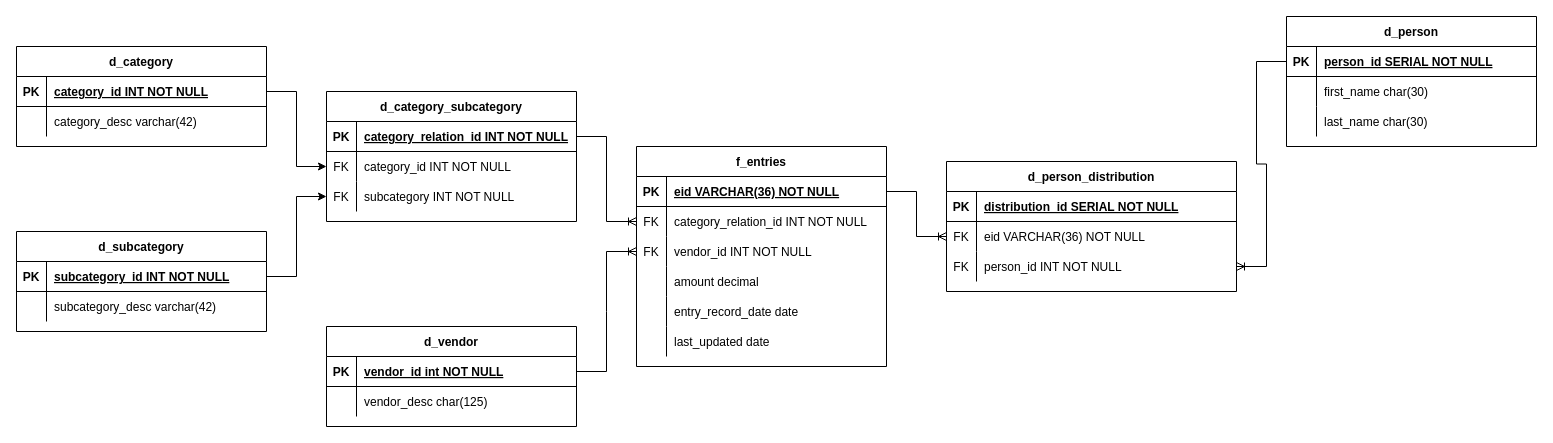
This is diagram/finance_star_schema.drawio from fatteryacid/penny, a draw.io file, before an edit. Source tidied: cells renumbered, new cells numbered last; positions are measured from the earlier drawing's top-left corner, leaving out a move shared by most shapes. Both pictures are drawn from the tidied source at 100%, with x=0, y=0 at pixel (16, 16).
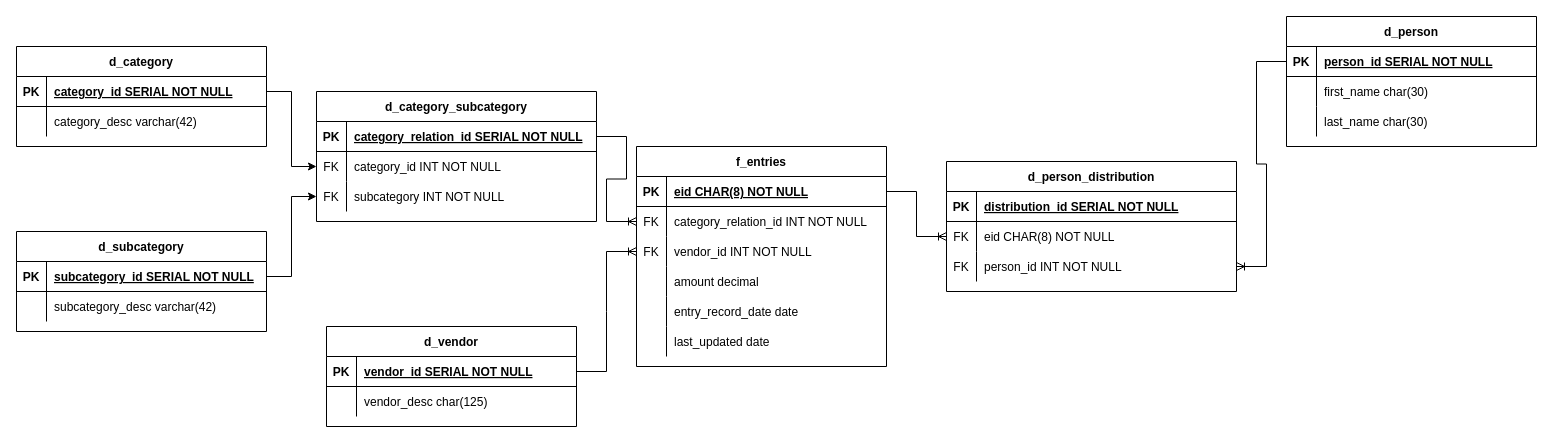
Above is the later version.

Commit message:
Changed to reflect new incorporation of IDs

Unchanged cells that the change refers to:
```xml
<mxCell id="13" style="shape=partialRectangle;fillColor=none;points=[[0,0.5],[1,0.5]];portConstraint=eastwest;top=0;left=0;right=0;bottom=1;" parent="12" vertex="1">
  <mxGeometry y="30" width="250" height="30" as="geometry" />
</mxCell>
<mxCell id="20" style="shape=partialRectangle;fillColor=none;points=[[0,0.5],[1,0.5]];portConstraint=eastwest;top=0;left=0;right=0;bottom=1;" parent="19" vertex="1">
  <mxGeometry y="30" width="250" height="30" as="geometry" />
</mxCell>
<mxCell id="39" style="shape=partialRectangle;fillColor=none;points=[[0,0.5],[1,0.5]];portConstraint=eastwest;top=0;left=0;right=0;bottom=1;" parent="38" vertex="1">
  <mxGeometry y="30" width="250" height="30" as="geometry" />
</mxCell>
<mxCell id="46" style="shape=partialRectangle;fillColor=none;points=[[0,0.5],[1,0.5]];portConstraint=eastwest;top=0;left=0;right=0;bottom=1;" parent="45" vertex="1">
  <mxGeometry y="30" width="250" height="30" as="geometry" />
</mxCell>
<mxCell id="56" style="shape=partialRectangle;fillColor=none;points=[[0,0.5],[1,0.5]];portConstraint=eastwest;top=0;left=0;right=0;bottom=0;" parent="52" vertex="1">
  <mxGeometry y="60" width="290" height="30" as="geometry" />
</mxCell>
```

Change to the diagram source:
```diff
@@
-    <mxCell id="15" value="category_id INT NOT NULL" style="shape=partialRectangle;overflow=hidden;fillColor=none;top=0;left=0;bottom=0;right=0;align=left;spacingLeft=6;fontStyle=5;" parent="13" vertex="1">
+    <mxCell id="15" value="category_id SERIAL NOT NULL" style="shape=partialRectangle;overflow=hidden;fillColor=none;top=0;left=0;bottom=0;right=0;align=left;spacingLeft=6;fontStyle=5;" parent="13" vertex="1">
       <mxGeometry x="30" width="220" height="30" as="geometry" />
     </mxCell>
@@
-    <mxCell id="22" value="eid VARCHAR(36) NOT NULL" style="shape=partialRectangle;overflow=hidden;fillColor=none;top=0;left=0;bottom=0;right=0;align=left;spacingLeft=6;fontStyle=5;" parent="20" vertex="1">
+    <mxCell id="22" value="eid CHAR(8) NOT NULL" style="shape=partialRectangle;overflow=hidden;fillColor=none;top=0;left=0;bottom=0;right=0;align=left;spacingLeft=6;fontStyle=5;" parent="20" vertex="1">
       <mxGeometry x="30" width="220" height="30" as="geometry" />
     </mxCell>
@@
-    <mxCell id="41" value="subcategory_id INT NOT NULL" style="shape=partialRectangle;overflow=hidden;fillColor=none;top=0;left=0;bottom=0;right=0;align=left;spacingLeft=6;fontStyle=5;" parent="39" vertex="1">
+    <mxCell id="41" value="subcategory_id SERIAL NOT NULL" style="shape=partialRectangle;overflow=hidden;fillColor=none;top=0;left=0;bottom=0;right=0;align=left;spacingLeft=6;fontStyle=5;" parent="39" vertex="1">
       <mxGeometry x="30" width="220" height="30" as="geometry" />
     </mxCell>
@@
-    <mxCell id="48" value="vendor_id int NOT NULL" style="shape=partialRectangle;overflow=hidden;fillColor=none;top=0;left=0;bottom=0;right=0;align=left;spacingLeft=6;fontStyle=5;" parent="46" vertex="1">
+    <mxCell id="48" value="vendor_id SERIAL NOT NULL" style="shape=partialRectangle;overflow=hidden;fillColor=none;top=0;left=0;bottom=0;right=0;align=left;spacingLeft=6;fontStyle=5;" parent="46" vertex="1">
       <mxGeometry x="30" width="220" height="30" as="geometry" />
     </mxCell>
@@
-    <mxCell id="58" value="eid VARCHAR(36) NOT NULL" style="shape=partialRectangle;overflow=hidden;fillColor=none;top=0;left=0;bottom=0;right=0;align=left;spacingLeft=6;" parent="56" vertex="1">
+    <mxCell id="58" value="eid CHAR(8) NOT NULL" style="shape=partialRectangle;overflow=hidden;fillColor=none;top=0;left=0;bottom=0;right=0;align=left;spacingLeft=6;" parent="56" vertex="1">
       <mxGeometry x="30" width="260" height="30" as="geometry" />
     </mxCell>
@@
     <mxCell id="64" value="d_category_subcategory" style="shape=table;startSize=30;childLayout=tableLayout;rowLines=0;fontStyle=1;align=center;" parent="1" vertex="1">
-      <mxGeometry x="310" y="75" width="250" height="130" as="geometry" />
+      <mxGeometry x="300" y="75" width="280" height="130" as="geometry" />
     </mxCell>
     <mxCell id="65" style="shape=partialRectangle;fillColor=none;points=[[0,0.5],[1,0.5]];portConstraint=eastwest;top=0;left=0;right=0;bottom=1;" parent="64" vertex="1">
-      <mxGeometry y="30" width="250" height="30" as="geometry" />
+      <mxGeometry y="30" width="280" height="30" as="geometry" />
     </mxCell>
@@
-    <mxCell id="67" value="category_relation_id INT NOT NULL" style="shape=partialRectangle;overflow=hidden;fillColor=none;top=0;left=0;bottom=0;right=0;align=left;spacingLeft=6;fontStyle=5;" parent="65" vertex="1">
-      <mxGeometry x="30" width="220" height="30" as="geometry" />
+    <mxCell id="67" value="category_relation_id SERIAL NOT NULL" style="shape=partialRectangle;overflow=hidden;fillColor=none;top=0;left=0;bottom=0;right=0;align=left;spacingLeft=6;fontStyle=5;" parent="65" vertex="1">
+      <mxGeometry x="30" width="250" height="30" as="geometry" />
     </mxCell>
     <mxCell id="68" style="shape=partialRectangle;fillColor=none;points=[[0,0.5],[1,0.5]];portConstraint=eastwest;top=0;left=0;right=0;bottom=0;" parent="64" vertex="1">
-      <mxGeometry y="60" width="250" height="30" as="geometry" />
+      <mxGeometry y="60" width="280" height="30" as="geometry" />
     </mxCell>
@@
     <mxCell id="70" value="category_id INT NOT NULL" style="shape=partialRectangle;overflow=hidden;fillColor=none;top=0;left=0;bottom=0;right=0;align=left;spacingLeft=6;" parent="68" vertex="1">
-      <mxGeometry x="30" width="220" height="30" as="geometry" />
+      <mxGeometry x="30" width="250" height="30" as="geometry" />
     </mxCell>
     <mxCell id="71" style="shape=partialRectangle;fillColor=none;points=[[0,0.5],[1,0.5]];portConstraint=eastwest;top=0;left=0;right=0;bottom=0;" parent="64" vertex="1">
-      <mxGeometry y="90" width="250" height="30" as="geometry" />
+      <mxGeometry y="90" width="280" height="30" as="geometry" />
     </mxCell>
@@
     <mxCell id="73" value="subcategory INT NOT NULL" style="shape=partialRectangle;overflow=hidden;fillColor=none;top=0;left=0;bottom=0;right=0;align=left;spacingLeft=6;" parent="71" vertex="1">
-      <mxGeometry x="30" width="220" height="30" as="geometry" />
+      <mxGeometry x="30" width="250" height="30" as="geometry" />
     </mxCell>
```
